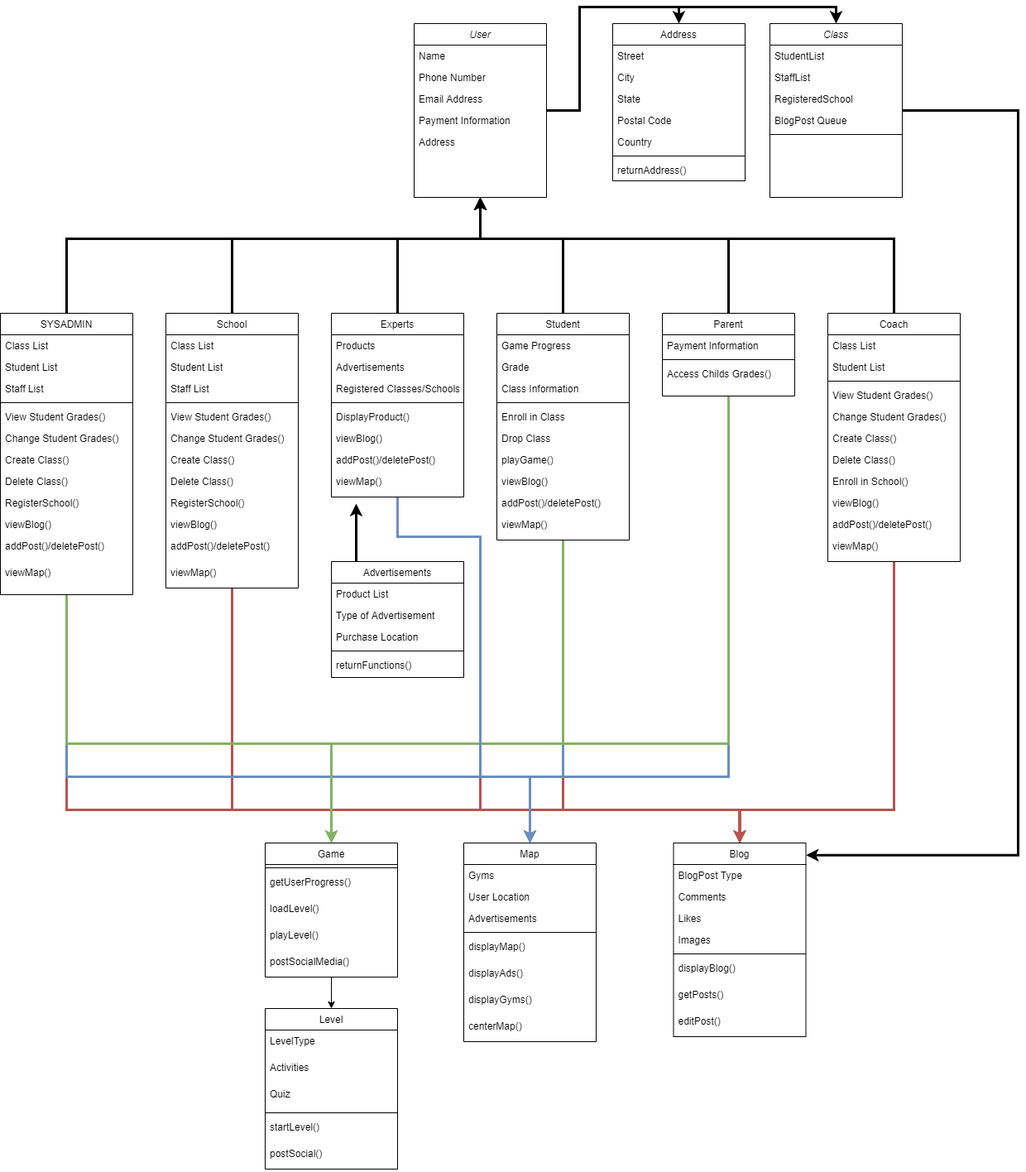
The draw.io diagram Deliverables/Week_4/Class Diagram.png in Hanandrof/Group-3-Repository, before a commit. Source tidied: cells renumbered, new cells last; positions are measured from the earlier drawing's top-left corner, leaving out a move shared by most shapes.
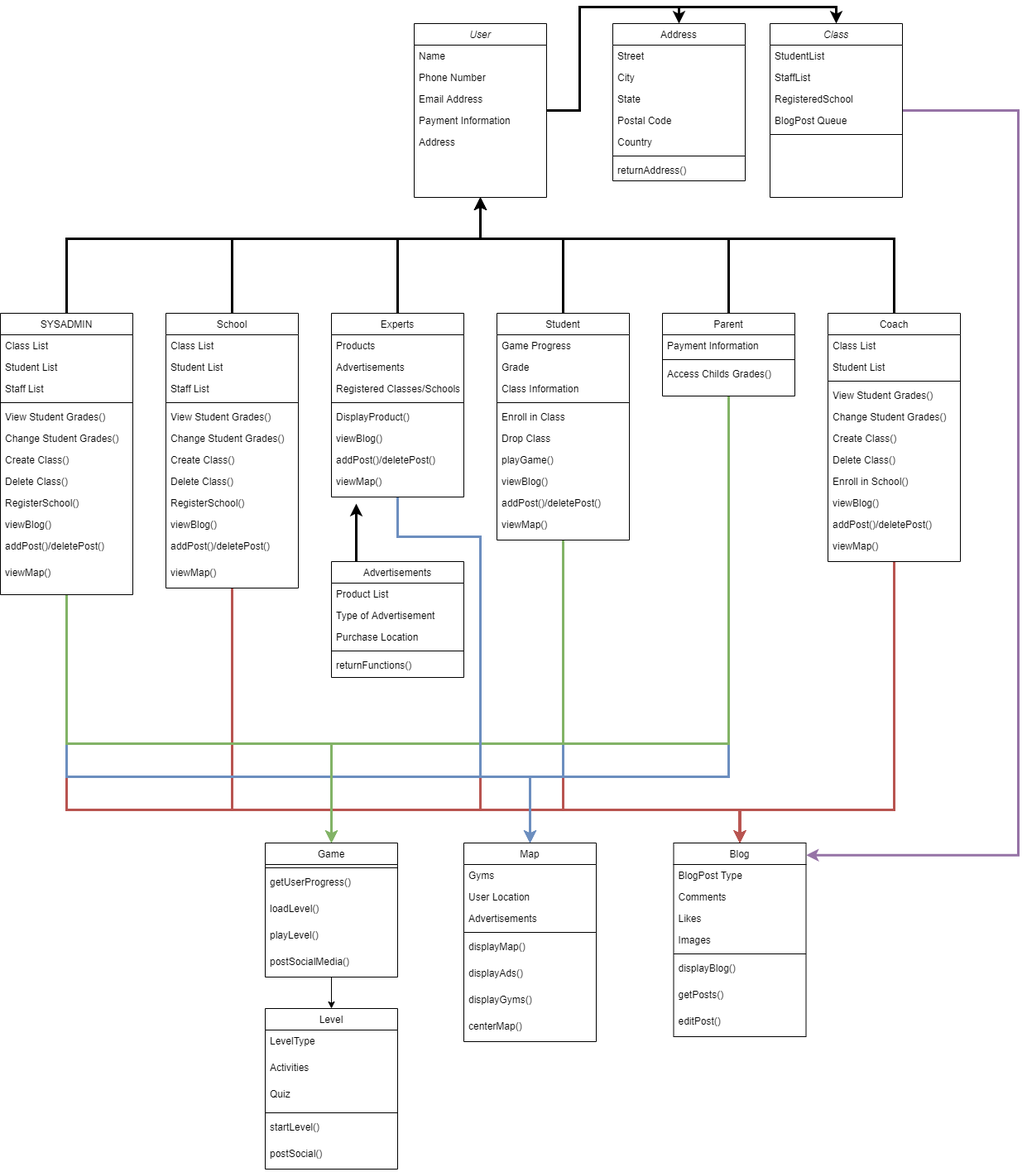
After the change.

Diff of the diagram source:
```diff
@@ -512,7 +512,7 @@
     <mxCell id="136" value="postSocial()" style="text;align=left;verticalAlign=top;spacingLeft=4;spacingRight=4;overflow=hidden;rounded=0;shadow=0;html=0;" parent="130" vertex="1">
       <mxGeometry y="162" width="160" height="32" as="geometry" />
     </mxCell>
-    <mxCell id="137" style="edgeStyle=orthogonalEdgeStyle;rounded=0;jettySize=auto;html=1;entryX=1.001;entryY=0.063;entryDx=0;entryDy=0;entryPerimeter=0;strokeWidth=3;" parent="1" edge="1" source="138" target="105">
+    <mxCell id="137" style="edgeStyle=orthogonalEdgeStyle;rounded=0;jettySize=auto;html=1;entryX=1.001;entryY=0.063;entryDx=0;entryDy=0;entryPerimeter=0;strokeWidth=3;fillColor=#e1d5e7;strokeColor=#9673a6;" parent="1" edge="1" source="138" target="105">
       <mxGeometry relative="1" as="geometry">
         <Array as="points">
           <mxPoint x="1230" y="125" />
```
